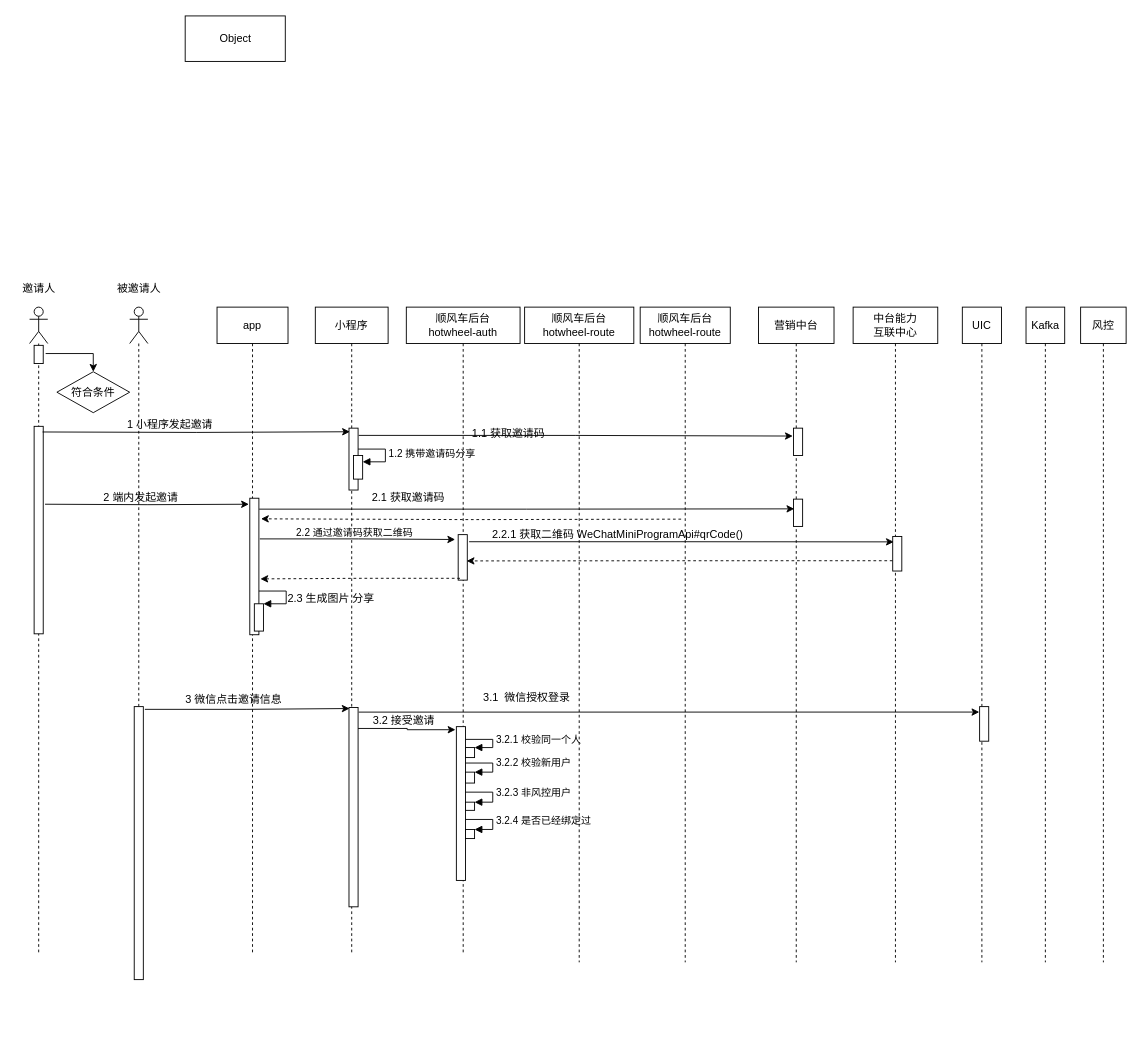
Before: page "乘客拉新活动邀请2.11" (15 of 16) of Untitled Diagram.drawio in liufuchen88/test2, a draw.io diagram. Source tidied: cells renumbered, new cells numbered last; positions are measured from the earlier drawing's top-left corner, leaving out a move shared by most shapes. Both pictures are drawn from the tidied source at 91%, with x=0, y=0 at pixel (15, 15).
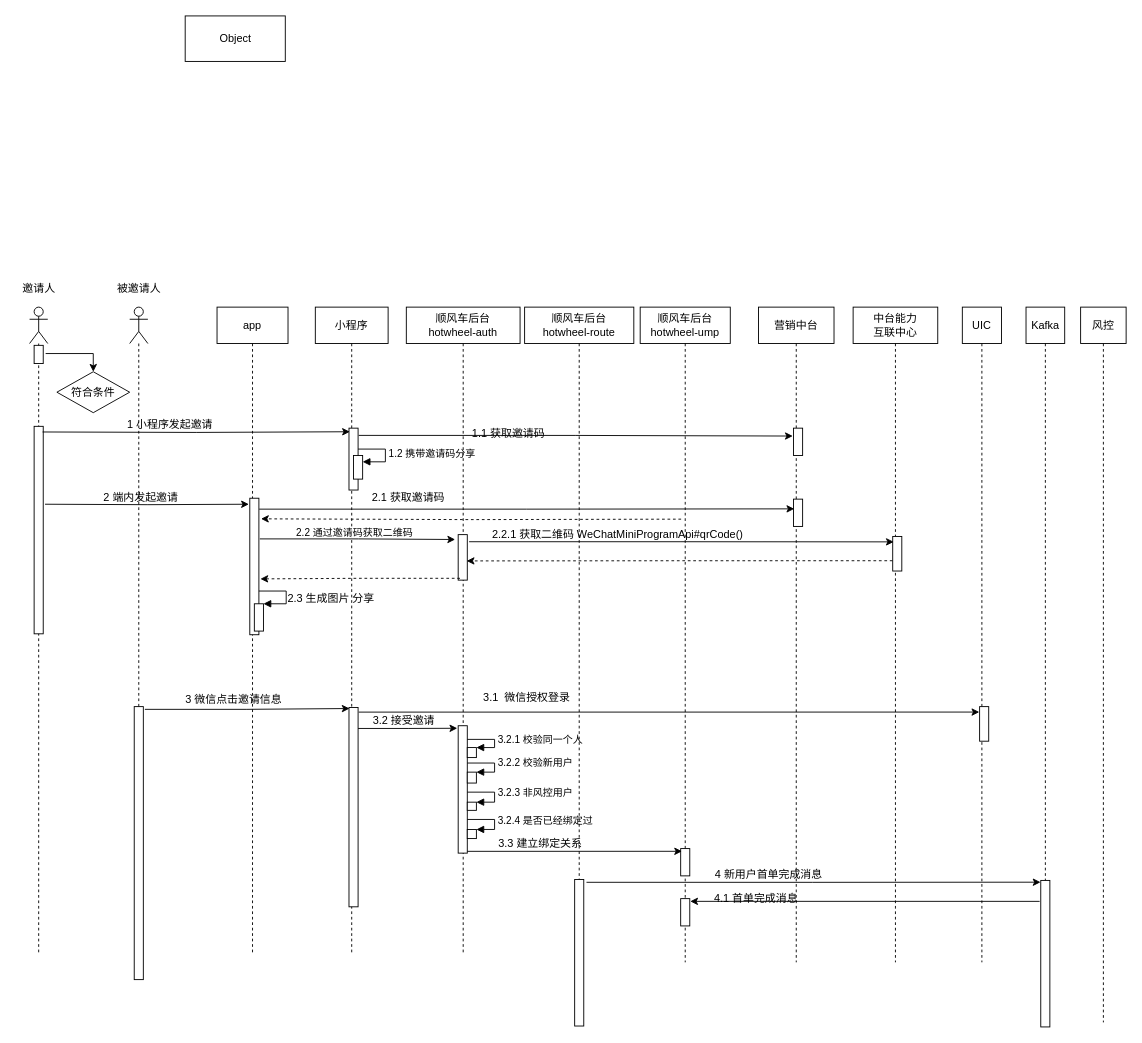
The same diagram, later.

Unchanged cells that the change refers to:
```xml
<mxCell id="19" value="顺风车后台&lt;br&gt;hotwheel-auth" style="shape=umlLifeline;perimeter=lifelinePerimeter;whiteSpace=wrap;html=1;" parent="1" vertex="1">
  <mxGeometry x="429" y="320" width="125" height="710" as="geometry" />
</mxCell>
```

The edit, as a diff of the source:
```diff
@@
     <mxCell id="21" style="html=1;points=[];perimeter=orthogonalPerimeter;" parent="19" vertex="1">
-      <mxGeometry x="55" y="461" width="10" height="169" as="geometry" />
+      <mxGeometry x="57" y="460" width="10" height="140" as="geometry" />
     </mxCell>
     <mxCell id="22" style="html=1;points=[];perimeter=orthogonalPerimeter;" parent="19" vertex="1">
-      <mxGeometry x="65" y="484" width="10" height="11" as="geometry" />
+      <mxGeometry x="67" y="484" width="10" height="11" as="geometry" />
     </mxCell>
     <mxCell id="23" value="3.2.1 校验同一个人" style="edgeStyle=orthogonalEdgeStyle;html=1;align=left;spacingLeft=2;endArrow=block;rounded=0;entryX=1;entryY=0;" parent="19" edge="1" target="22">
       <mxGeometry relative="1" as="geometry">
-        <mxPoint x="65" y="475" as="sourcePoint" />
+        <mxPoint x="67" y="475" as="sourcePoint" />
         <Array as="points">
-          <mxPoint x="95" y="475" />
+          <mxPoint x="97" y="475" />
         </Array>
       </mxGeometry>
     </mxCell>
     <mxCell id="24" style="html=1;points=[];perimeter=orthogonalPerimeter;" parent="19" vertex="1">
-      <mxGeometry x="65" y="511" width="10" height="12" as="geometry" />
+      <mxGeometry x="67" y="511" width="10" height="12" as="geometry" />
     </mxCell>
     <mxCell id="25" value="3.2.2 校验新用户" style="edgeStyle=orthogonalEdgeStyle;html=1;align=left;spacingLeft=2;endArrow=block;rounded=0;entryX=1;entryY=0;" parent="19" edge="1" target="24">
       <mxGeometry relative="1" as="geometry">
-        <mxPoint x="65" y="501" as="sourcePoint" />
+        <mxPoint x="67" y="501" as="sourcePoint" />
         <Array as="points">
-          <mxPoint x="95" y="501" />
+          <mxPoint x="97" y="501" />
         </Array>
       </mxGeometry>
     </mxCell>
     <mxCell id="26" style="html=1;points=[];perimeter=orthogonalPerimeter;" parent="19" vertex="1">
-      <mxGeometry x="65" y="544" width="10" height="9" as="geometry" />
+      <mxGeometry x="67" y="544" width="10" height="9" as="geometry" />
     </mxCell>
     <mxCell id="27" value="3.2.3 非风控用户" style="edgeStyle=orthogonalEdgeStyle;html=1;align=left;spacingLeft=2;endArrow=block;rounded=0;entryX=1;entryY=0;" parent="19" edge="1" target="26">
       <mxGeometry relative="1" as="geometry">
-        <mxPoint x="65" y="533" as="sourcePoint" />
+        <mxPoint x="67" y="533" as="sourcePoint" />
         <Array as="points">
-          <mxPoint x="95" y="533" />
+          <mxPoint x="97" y="533" />
         </Array>
       </mxGeometry>
     </mxCell>
     <mxCell id="28" style="html=1;points=[];perimeter=orthogonalPerimeter;" parent="19" vertex="1">
-      <mxGeometry x="65" y="574" width="10" height="10" as="geometry" />
+      <mxGeometry x="67" y="574" width="10" height="10" as="geometry" />
     </mxCell>
     <mxCell id="29" value="3.2.4 是否已经绑定过" style="edgeStyle=orthogonalEdgeStyle;html=1;align=left;spacingLeft=2;endArrow=block;rounded=0;entryX=1;entryY=0;" parent="19" edge="1" target="28">
       <mxGeometry relative="1" as="geometry">
-        <mxPoint x="65" y="563" as="sourcePoint" />
+        <mxPoint x="67" y="563" as="sourcePoint" />
         <Array as="points">
-          <mxPoint x="95" y="563" />
+          <mxPoint x="97" y="563" />
         </Array>
       </mxGeometry>
     </mxCell>
     <mxCell id="30" value="顺风车后台&lt;br&gt;hotwheel-route" style="shape=umlLifeline;perimeter=lifelinePerimeter;whiteSpace=wrap;html=1;" parent="1" vertex="1">
-      <mxGeometry x="559" y="320" width="120" height="720" as="geometry" />
+      <mxGeometry x="559" y="320" width="120" height="790" as="geometry" />
     </mxCell>
+    <mxCell id="65" style="html=1;points=[];perimeter=orthogonalPerimeter;" parent="30" vertex="1">
+      <mxGeometry x="55" y="629" width="10" height="161" as="geometry" />
+    </mxCell>
@@
     <mxCell id="38" value="Kafka" style="shape=umlLifeline;perimeter=lifelinePerimeter;whiteSpace=wrap;html=1;" parent="1" vertex="1">
-      <mxGeometry x="1110" y="320" width="42.5" height="720" as="geometry" />
+      <mxGeometry x="1110" y="320" width="42.5" height="786" as="geometry" />
     </mxCell>
+    <mxCell id="66" style="html=1;points=[];perimeter=orthogonalPerimeter;" parent="38" vertex="1">
+      <mxGeometry x="16.2" y="630" width="10" height="161" as="geometry" />
+    </mxCell>
     <mxCell id="39" value="风控" style="shape=umlLifeline;perimeter=lifelinePerimeter;whiteSpace=wrap;html=1;" parent="1" vertex="1">
-      <mxGeometry x="1170" y="320" width="50" height="720" as="geometry" />
+      <mxGeometry x="1170" y="320" width="50" height="786" as="geometry" />
     </mxCell>
@@
-    <mxCell id="64" value="顺风车后台&lt;br&gt;hotwheel-route" style="shape=umlLifeline;perimeter=lifelinePerimeter;whiteSpace=wrap;html=1;" parent="1" vertex="1">
+    <mxCell id="64" value="顺风车后台&lt;br&gt;hotwheel-ump" style="shape=umlLifeline;perimeter=lifelinePerimeter;whiteSpace=wrap;html=1;" parent="1" vertex="1">
       <mxGeometry x="686" y="320" width="99" height="720" as="geometry" />
     </mxCell>
+    <mxCell id="67" style="html=1;points=[];perimeter=orthogonalPerimeter;" parent="64" vertex="1">
+      <mxGeometry x="44.5" y="595" width="10" height="30" as="geometry" />
+    </mxCell>
+    <mxCell id="68" style="html=1;points=[];perimeter=orthogonalPerimeter;" parent="64" vertex="1">
+      <mxGeometry x="44.5" y="650" width="10" height="30" as="geometry" />
+    </mxCell>
+    <mxCell id="69" style="edgeStyle=orthogonalEdgeStyle;rounded=0;jettySize=auto;html=1;exitX=1;exitY=0.986;exitDx=0;exitDy=0;exitPerimeter=0;entryX=0.15;entryY=0.1;entryDx=0;entryDy=0;entryPerimeter=0;" parent="1" edge="1" source="21" target="67">
+      <mxGeometry relative="1" as="geometry" />
+    </mxCell>
+    <mxCell id="70" value="3.3 建立绑定关系" style="text;html=1;align=center;verticalAlign=middle;strokeColor=none;fillColor=none;" parent="1" vertex="1">
+      <mxGeometry x="521" y="900" width="110" height="20" as="geometry" />
+    </mxCell>
+    <mxCell id="71" style="edgeStyle=orthogonalEdgeStyle;rounded=0;jettySize=auto;html=1;entryX=-0.025;entryY=0.012;entryDx=0;entryDy=0;entryPerimeter=0;exitX=1.3;exitY=0.019;exitDx=0;exitDy=0;exitPerimeter=0;" parent="1" edge="1" source="65" target="66">
+      <mxGeometry relative="1" as="geometry" />
+    </mxCell>
+    <mxCell id="72" value="4 新用户首单完成消息" style="text;html=1;align=center;verticalAlign=middle;strokeColor=none;fillColor=none;" parent="1" vertex="1">
+      <mxGeometry x="762" y="934" width="130" height="20" as="geometry" />
+    </mxCell>
+    <mxCell id="73" style="edgeStyle=orthogonalEdgeStyle;rounded=0;jettySize=auto;html=1;entryX=1.05;entryY=0.1;entryDx=0;entryDy=0;entryPerimeter=0;exitX=-0.125;exitY=0.143;exitDx=0;exitDy=0;exitPerimeter=0;" parent="1" edge="1" source="66" target="68">
+      <mxGeometry relative="1" as="geometry" />
+    </mxCell>
+    <mxCell id="74" value="4.1 首单完成消息" style="text;html=1;align=center;verticalAlign=middle;strokeColor=none;fillColor=none;" parent="1" vertex="1">
+      <mxGeometry x="758" y="960" width="110" height="20" as="geometry" />
+    </mxCell>
```
